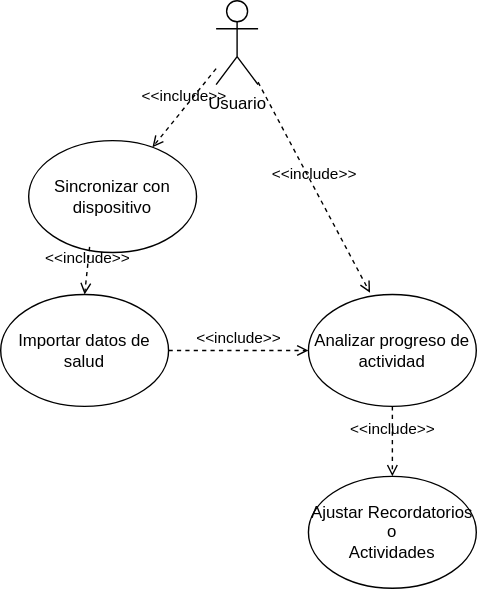
Chicledot/remindme keeps this draw.io diagram as Docs/diagrams/usecases/UGD-Sincronizacion_Fitness.svg. Above is the earlier version. Source tidied: cells renumbered, new cells last; positions are measured from the earlier drawing's top-left corner, leaving out a move shared by most shapes. Source of this version:
```xml
<mxGraphModel>
  <root>
    <mxCell id="0" />
    <mxCell id="1" parent="0" />
    <mxCell id="2" value="Usuario" style="shape=umlActor;verticalLabelPosition=bottom;verticalAlign=top;html=1;outlineConnect=0;" parent="1" vertex="1">
      <mxGeometry x="154" width="30" height="60" as="geometry" />
    </mxCell>
    <mxCell id="3" value="Sincronizar con dispositivo" style="ellipse;whiteSpace=wrap;html=1;" parent="1" vertex="1">
      <mxGeometry x="20" y="100" width="120" height="80" as="geometry" />
    </mxCell>
    <mxCell id="4" value="Importar datos de salud" style="ellipse;whiteSpace=wrap;html=1;" parent="1" vertex="1">
      <mxGeometry y="210" width="120" height="80" as="geometry" />
    </mxCell>
    <mxCell id="5" value="Analizar progreso de actividad" style="ellipse;whiteSpace=wrap;html=1;" parent="1" vertex="1">
      <mxGeometry x="220" y="210" width="120" height="80" as="geometry" />
    </mxCell>
    <mxCell id="6" value="&amp;lt;&amp;lt;include&amp;gt;&amp;gt;" style="html=1;verticalAlign=bottom;labelBackgroundColor=none;endArrow=open;endFill=0;dashed=1;rounded=0;exitX=0.5;exitY=1;exitDx=0;exitDy=0;entryX=0.5;entryY=0;entryDx=0;entryDy=0;" parent="1" edge="1" source="5" target="11">
      <mxGeometry relative="1" as="geometry" />
    </mxCell>
    <mxCell id="7" value="&amp;lt;&amp;lt;include&amp;gt;&amp;gt;" style="html=1;verticalAlign=bottom;labelBackgroundColor=none;endArrow=open;endFill=0;dashed=1;rounded=0;" parent="1" edge="1" source="2" target="3">
      <mxGeometry relative="1" as="geometry" />
    </mxCell>
    <mxCell id="8" value="&amp;lt;&amp;lt;include&amp;gt;&amp;gt;" style="html=1;verticalAlign=bottom;labelBackgroundColor=none;endArrow=open;endFill=0;dashed=1;rounded=0;entryX=0.367;entryY=-0.015;entryDx=0;entryDy=0;entryPerimeter=0;" parent="1" edge="1" source="2" target="5">
      <mxGeometry relative="1" as="geometry" />
    </mxCell>
    <mxCell id="9" value="&amp;lt;&amp;lt;include&amp;gt;&amp;gt;" style="html=1;verticalAlign=bottom;labelBackgroundColor=none;endArrow=open;endFill=0;dashed=1;rounded=0;exitX=0.363;exitY=0.95;exitDx=0;exitDy=0;exitPerimeter=0;entryX=0.5;entryY=0;entryDx=0;entryDy=0;" parent="1" edge="1" source="3" target="4">
      <mxGeometry relative="1" as="geometry" />
    </mxCell>
    <mxCell id="10" value="&amp;lt;&amp;lt;include&amp;gt;&amp;gt;" style="html=1;verticalAlign=bottom;labelBackgroundColor=none;endArrow=open;endFill=0;dashed=1;rounded=0;entryX=0;entryY=0.5;entryDx=0;entryDy=0;exitX=1;exitY=0.5;exitDx=0;exitDy=0;" parent="1" edge="1" source="4" target="5">
      <mxGeometry relative="1" as="geometry" />
    </mxCell>
    <mxCell id="11" value="&lt;div&gt;Ajustar Recordatorios&lt;/div&gt;&lt;div&gt;o&lt;/div&gt;&lt;div&gt;Actividades&lt;/div&gt;" style="ellipse;whiteSpace=wrap;html=1;" parent="1" vertex="1">
      <mxGeometry x="220" y="340" width="120" height="80" as="geometry" />
    </mxCell>
  </root>
</mxGraphModel>
```
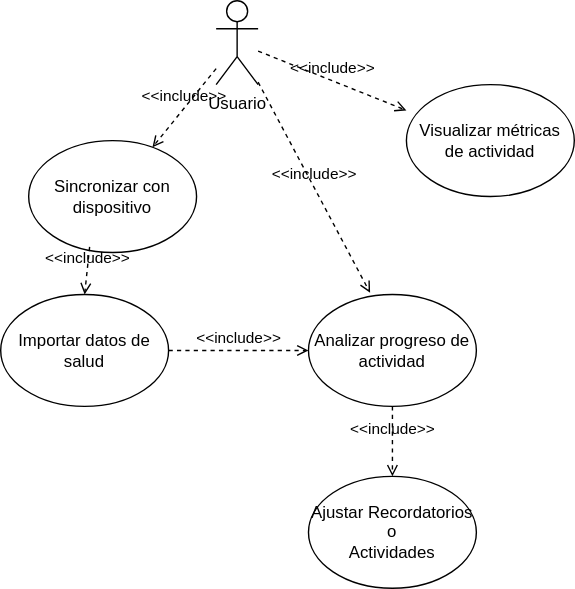
After the change.

What changed in the source:
```diff
@@ -32,5 +32,11 @@
     <mxCell id="11" value="&lt;div&gt;Ajustar Recordatorios&lt;/div&gt;&lt;div&gt;o&lt;/div&gt;&lt;div&gt;Actividades&lt;/div&gt;" style="ellipse;whiteSpace=wrap;html=1;" parent="1" vertex="1">
       <mxGeometry x="220" y="340" width="120" height="80" as="geometry" />
     </mxCell>
+    <mxCell id="12" value="&lt;div&gt;Visualizar métricas&lt;/div&gt;&lt;div&gt;de actividad&lt;/div&gt;" style="ellipse;whiteSpace=wrap;html=1;" parent="1" vertex="1">
+      <mxGeometry x="290" y="60" width="120" height="80" as="geometry" />
+    </mxCell>
+    <mxCell id="13" value="&amp;lt;&amp;lt;include&amp;gt;&amp;gt;" style="html=1;verticalAlign=bottom;labelBackgroundColor=none;endArrow=open;endFill=0;dashed=1;rounded=0;entryX=0;entryY=0.23;entryDx=0;entryDy=0;entryPerimeter=0;" parent="1" edge="1" source="2" target="12">
+      <mxGeometry relative="1" as="geometry" />
+    </mxCell>
   </root>
 </mxGraphModel>
```
